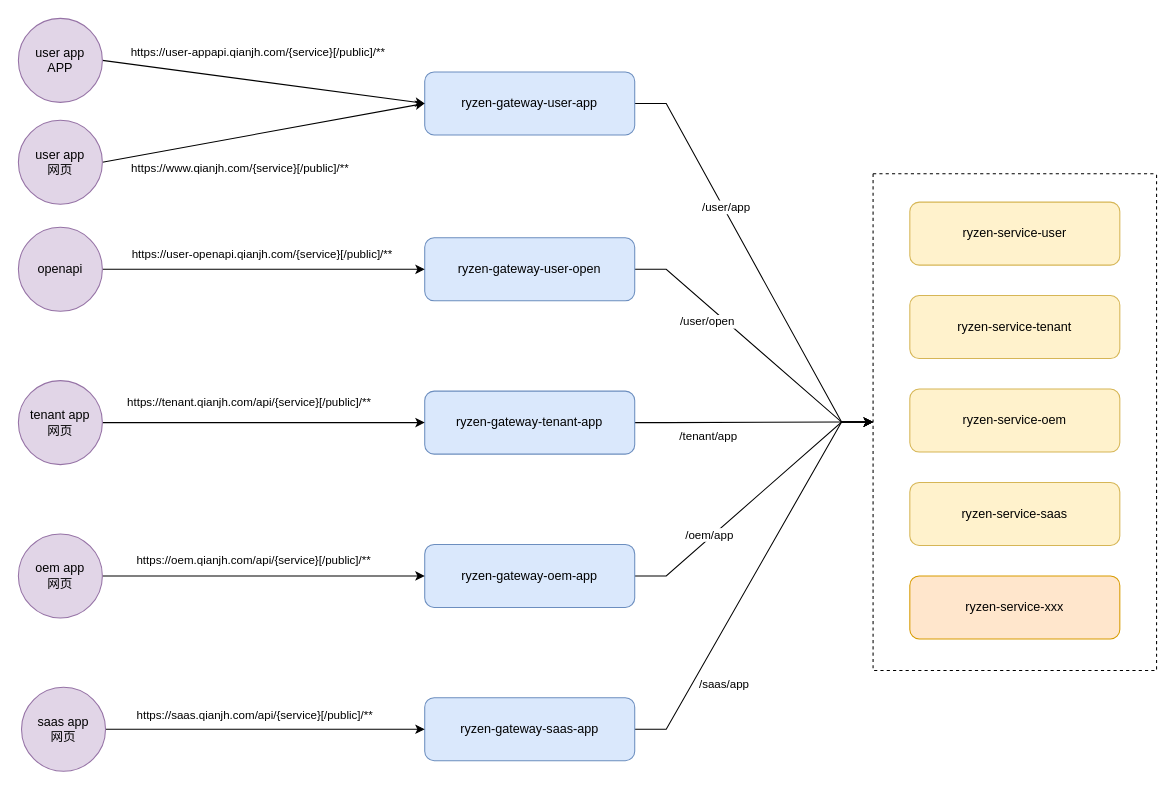
evan-qianjh/ryzen keeps this draw.io diagram as docs/route.drawio. Above is the earlier version. Source tidied: cells renumbered, new cells numbered last; positions are measured from the earlier drawing's top-left corner, leaving out a move shared by most shapes. Both pictures are drawn from the tidied source at 105%, with x=0, y=0 at pixel (18, 18).
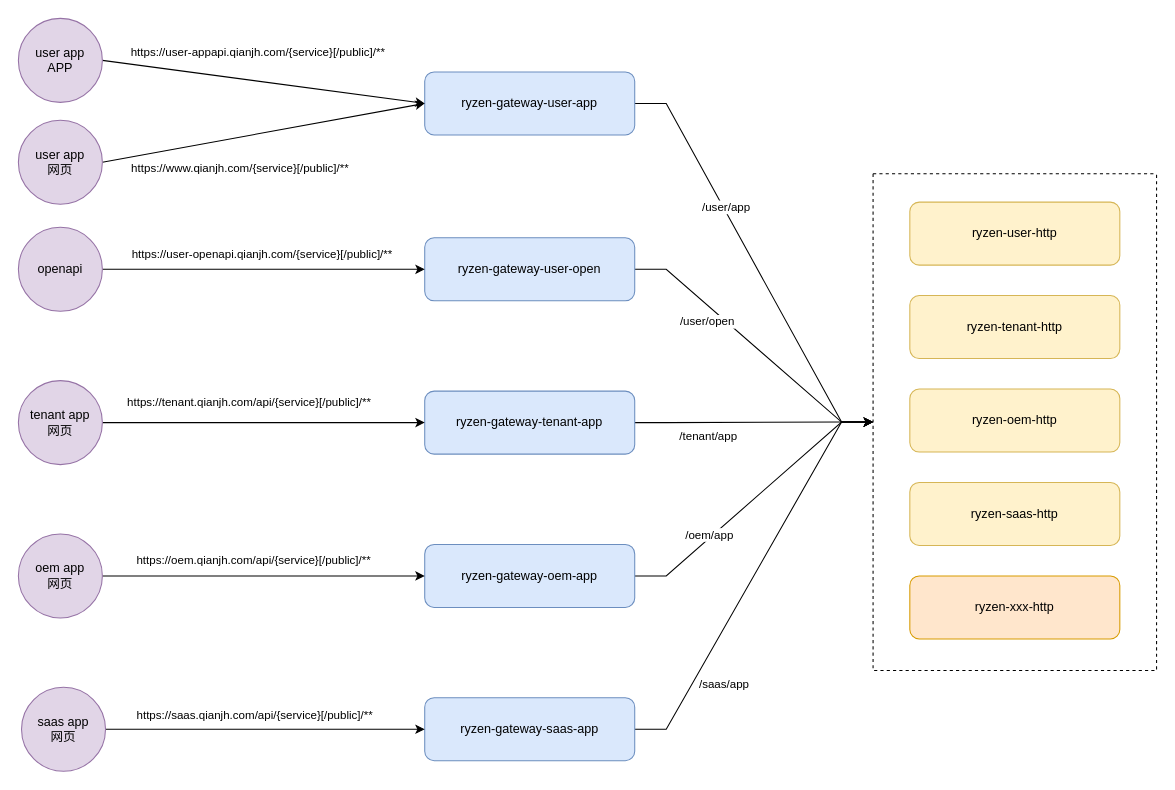
The same page after the edit.

Commit message (it also covers changes not shown here):
更新 docs:route/stream

The change refers to these unchanged cells:
```xml
<mxCell id="34" style="swimlane;startSize=0;dashed=1;" parent="1" vertex="1">
  <mxGeometry x="814" y="148" width="270" height="473" as="geometry" />
</mxCell>
```

What changed in the source:
```diff
@@
-    <mxCell id="35" value="ryzen-service-user" style="rounded=1;whiteSpace=wrap;html=1;fillColor=#fff2cc;strokeColor=#d6b656;" parent="34" vertex="1">
+    <mxCell id="35" value="ryzen-user-http" style="rounded=1;whiteSpace=wrap;html=1;fillColor=#fff2cc;strokeColor=#d6b656;" parent="34" vertex="1">
       <mxGeometry x="35" y="27" width="200" height="60" as="geometry" />
     </mxCell>
-    <mxCell id="36" value="ryzen-service-xxx" style="rounded=1;whiteSpace=wrap;html=1;fillColor=#ffe6cc;strokeColor=#d79b00;" parent="34" vertex="1">
+    <mxCell id="36" value="ryzen-xxx-http" style="rounded=1;whiteSpace=wrap;html=1;fillColor=#ffe6cc;strokeColor=#d79b00;" parent="34" vertex="1">
       <mxGeometry x="35" y="383" width="200" height="60" as="geometry" />
     </mxCell>
-    <mxCell id="37" value="ryzen-service-tenant" style="rounded=1;whiteSpace=wrap;html=1;fillColor=#fff2cc;strokeColor=#d6b656;" parent="34" vertex="1">
+    <mxCell id="37" value="ryzen-tenant-http" style="rounded=1;whiteSpace=wrap;html=1;fillColor=#fff2cc;strokeColor=#d6b656;" parent="34" vertex="1">
       <mxGeometry x="35" y="116" width="200" height="60" as="geometry" />
     </mxCell>
-    <mxCell id="38" value="ryzen-service-oem" style="rounded=1;whiteSpace=wrap;html=1;fillColor=#fff2cc;strokeColor=#d6b656;" parent="34" vertex="1">
+    <mxCell id="38" value="ryzen-oem-http" style="rounded=1;whiteSpace=wrap;html=1;fillColor=#fff2cc;strokeColor=#d6b656;" parent="34" vertex="1">
       <mxGeometry x="35" y="205" width="200" height="60" as="geometry" />
     </mxCell>
-    <mxCell id="39" value="ryzen-service-saas" style="rounded=1;whiteSpace=wrap;html=1;fillColor=#fff2cc;strokeColor=#d6b656;" parent="34" vertex="1">
+    <mxCell id="39" value="ryzen-saas-http" style="rounded=1;whiteSpace=wrap;html=1;fillColor=#fff2cc;strokeColor=#d6b656;" parent="34" vertex="1">
       <mxGeometry x="35" y="294" width="200" height="60" as="geometry" />
     </mxCell>
```
